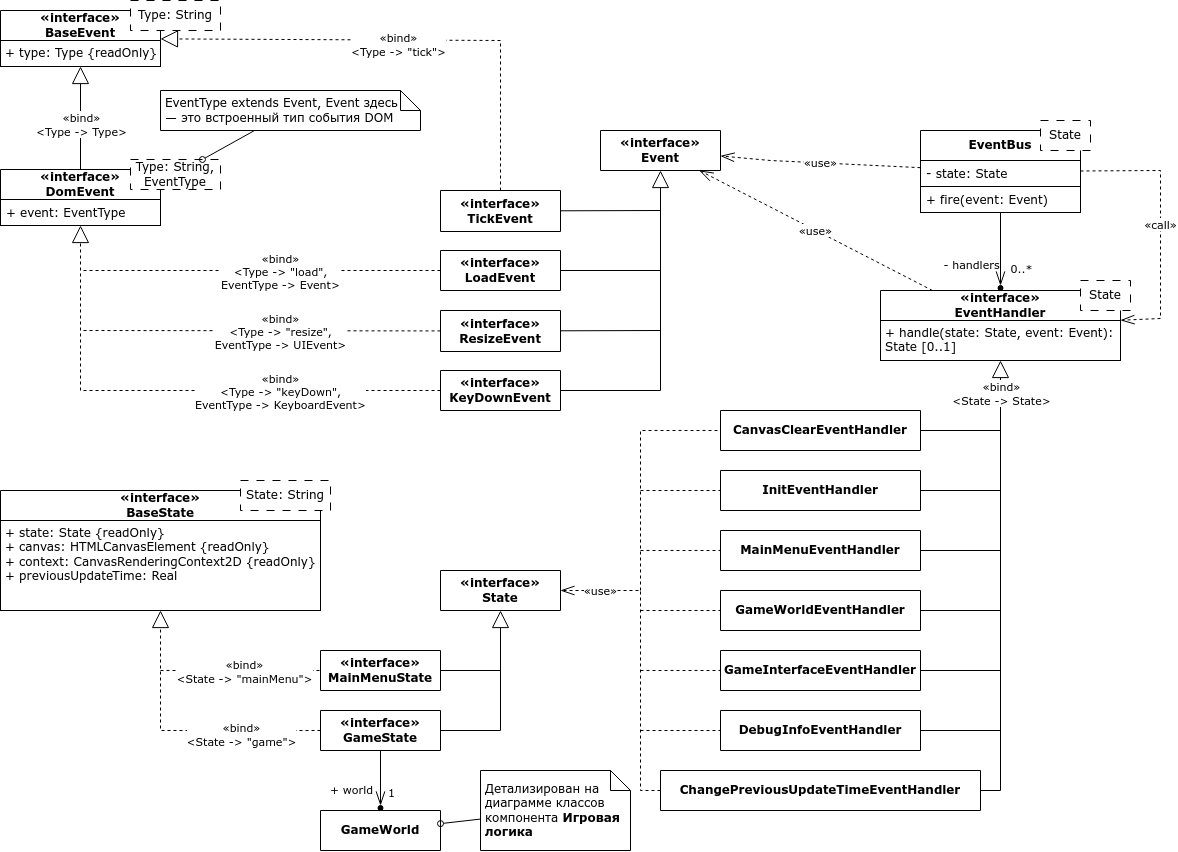
The draw.io diagram uml/event_bus_classes.drawio.png in ProgMiner/Lab_SoftwareDevelopment, before a commit. Source tidied: cells renumbered, new cells last; positions are measured from the earlier drawing's top-left corner, leaving out a move shared by most shapes.
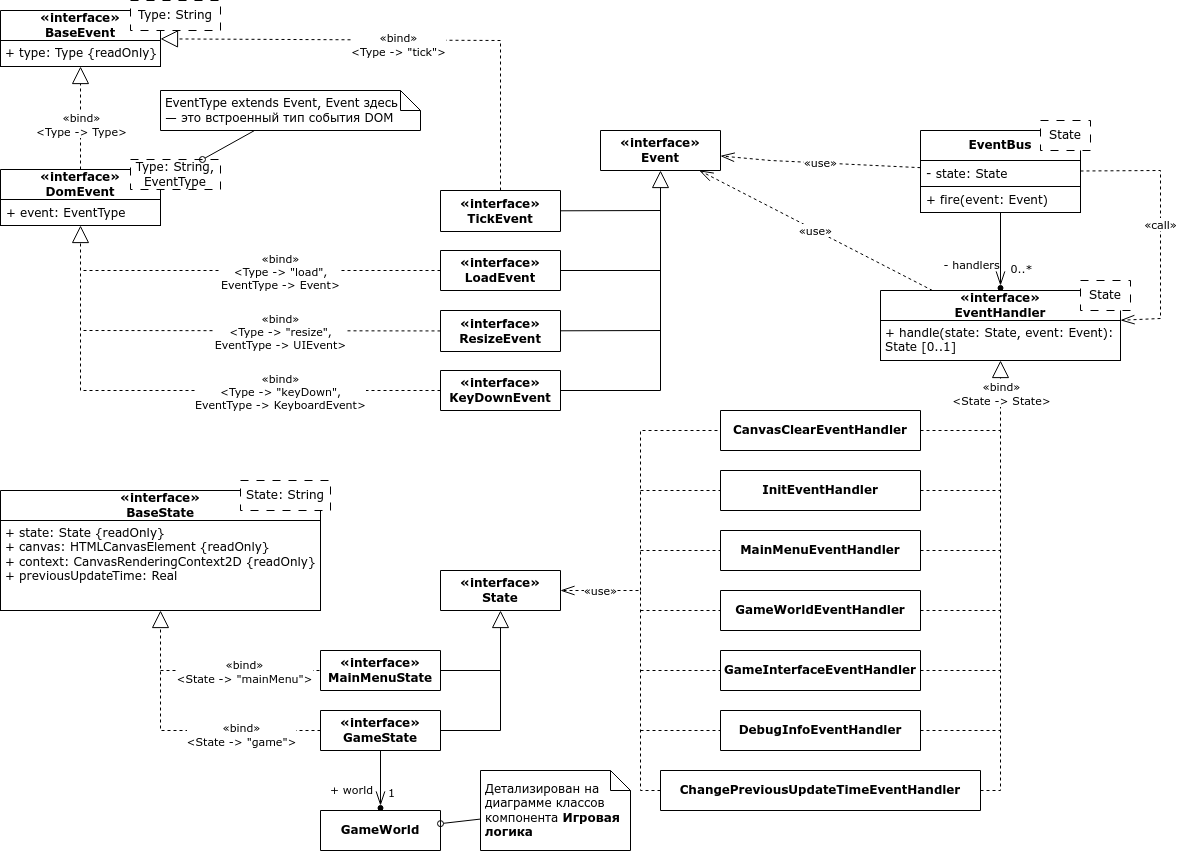
The same diagram one commit later.

Change to the diagram source:
```diff
@@ -38,7 +38,7 @@
     <mxCell id="13" style="endArrow=none;html=1;rounded=0;startArrow=oval;startFill=0;" parent="1" edge="1" source="11" target="12">
       <mxGeometry relative="1" as="geometry" />
     </mxCell>
-    <mxCell id="14" style="endArrow=block;html=1;rounded=0;endFill=0;endSize=15;" parent="1" edge="1" source="9" target="6">
+    <mxCell id="14" style="endArrow=block;html=1;rounded=0;endFill=0;endSize=15;dashed=1;" parent="1" edge="1" source="9" target="6">
       <mxGeometry relative="1" as="geometry" />
     </mxCell>
     <mxCell id="15" value="«bind»&lt;br&gt;&amp;lt;Type -&amp;gt; Type&amp;gt;" style="edgeLabel;html=1;align=center;verticalAlign=middle;" parent="14" vertex="1">
@@ -274,7 +274,7 @@
     <mxCell id="68" value="ChangePreviousUpdateTimeEventHandler" style="swimlane;fontStyle=1;align=center;verticalAlign=middle;horizontal=1;startSize=40;whiteSpace=wrap;html=1;fillColor=default;" parent="1" vertex="1">
       <mxGeometry x="660" y="770" width="320" height="40" as="geometry" />
     </mxCell>
-    <mxCell id="69" style="endArrow=block;html=1;rounded=0;endFill=0;endSize=15;" parent="1" edge="1" source="68" target="52">
+    <mxCell id="69" style="endArrow=block;html=1;rounded=0;endFill=0;endSize=15;dashed=1;" parent="1" edge="1" source="68" target="52">
       <mxGeometry relative="1" as="geometry">
         <Array as="points">
           <mxPoint x="1000" y="790" />
@@ -286,32 +286,32 @@
         <mxPoint x="-3" y="-352" as="offset" />
       </mxGeometry>
     </mxCell>
-    <mxCell id="71" style="endArrow=none;html=1;rounded=0;" parent="1" edge="1" source="67">
+    <mxCell id="71" style="endArrow=none;html=1;rounded=0;dashed=1;" parent="1" edge="1" source="67">
       <mxGeometry relative="1" as="geometry">
         <mxPoint x="1000" y="730" as="targetPoint" />
       </mxGeometry>
     </mxCell>
-    <mxCell id="72" style="endArrow=none;html=1;rounded=0;" parent="1" edge="1" source="66">
+    <mxCell id="72" style="endArrow=none;html=1;rounded=0;dashed=1;" parent="1" edge="1" source="66">
       <mxGeometry relative="1" as="geometry">
         <mxPoint x="1000" y="670" as="targetPoint" />
       </mxGeometry>
     </mxCell>
-    <mxCell id="73" style="endArrow=none;html=1;rounded=0;" parent="1" edge="1" source="65">
+    <mxCell id="73" style="endArrow=none;html=1;rounded=0;dashed=1;" parent="1" edge="1" source="65">
       <mxGeometry relative="1" as="geometry">
         <mxPoint x="1000" y="610" as="targetPoint" />
       </mxGeometry>
     </mxCell>
-    <mxCell id="74" style="endArrow=none;html=1;rounded=0;" parent="1" edge="1" source="64">
+    <mxCell id="74" style="endArrow=none;html=1;rounded=0;dashed=1;" parent="1" edge="1" source="64">
       <mxGeometry relative="1" as="geometry">
         <mxPoint x="1000" y="550" as="targetPoint" />
       </mxGeometry>
     </mxCell>
-    <mxCell id="75" style="endArrow=none;html=1;rounded=0;" parent="1" edge="1" source="63">
+    <mxCell id="75" style="endArrow=none;html=1;rounded=0;dashed=1;" parent="1" edge="1" source="63">
       <mxGeometry relative="1" as="geometry">
         <mxPoint x="1000" y="490" as="targetPoint" />
       </mxGeometry>
     </mxCell>
-    <mxCell id="76" style="endArrow=none;html=1;rounded=0;" parent="1" edge="1" source="62">
+    <mxCell id="76" style="endArrow=none;html=1;rounded=0;dashed=1;" parent="1" edge="1" source="62">
       <mxGeometry relative="1" as="geometry">
         <mxPoint x="1000" y="430" as="targetPoint" />
       </mxGeometry>
```
